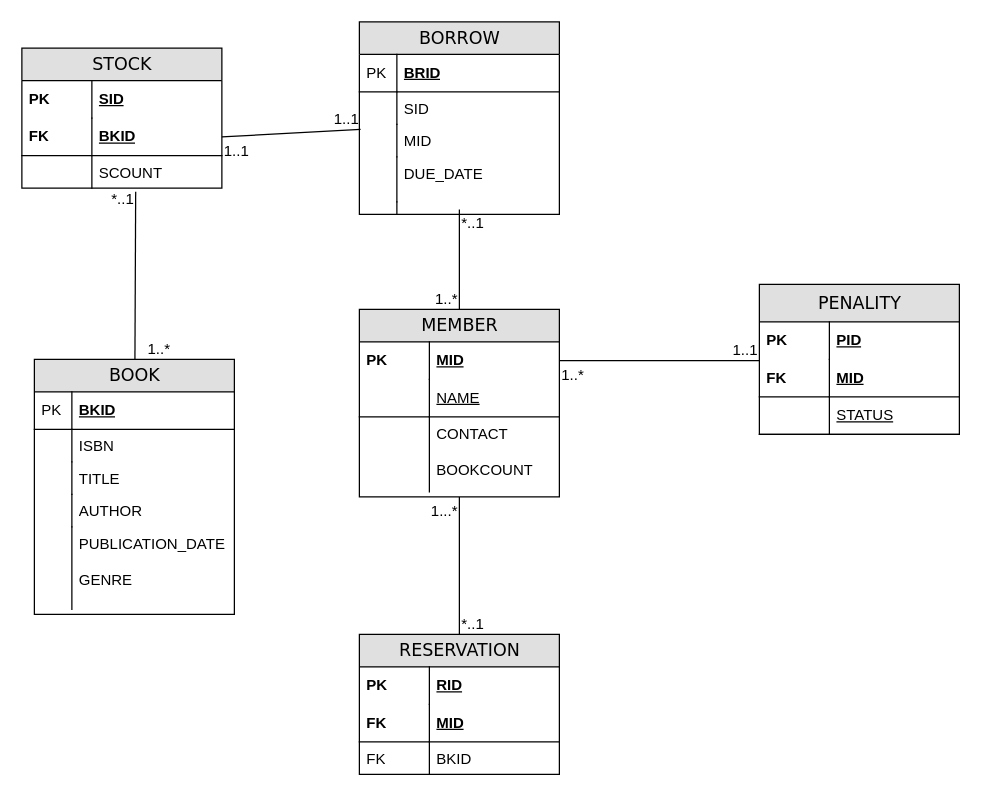
This is erdiagram.drawio from kaushik315/MScComputingDS, a draw.io file, before an edit. Source tidied: cells renumbered, new cells numbered last; positions are measured from the earlier drawing's top-left corner, leaving out a move shared by most shapes. Both pictures are drawn from the tidied source at 125%, with x=0, y=0 at pixel (21, 21).
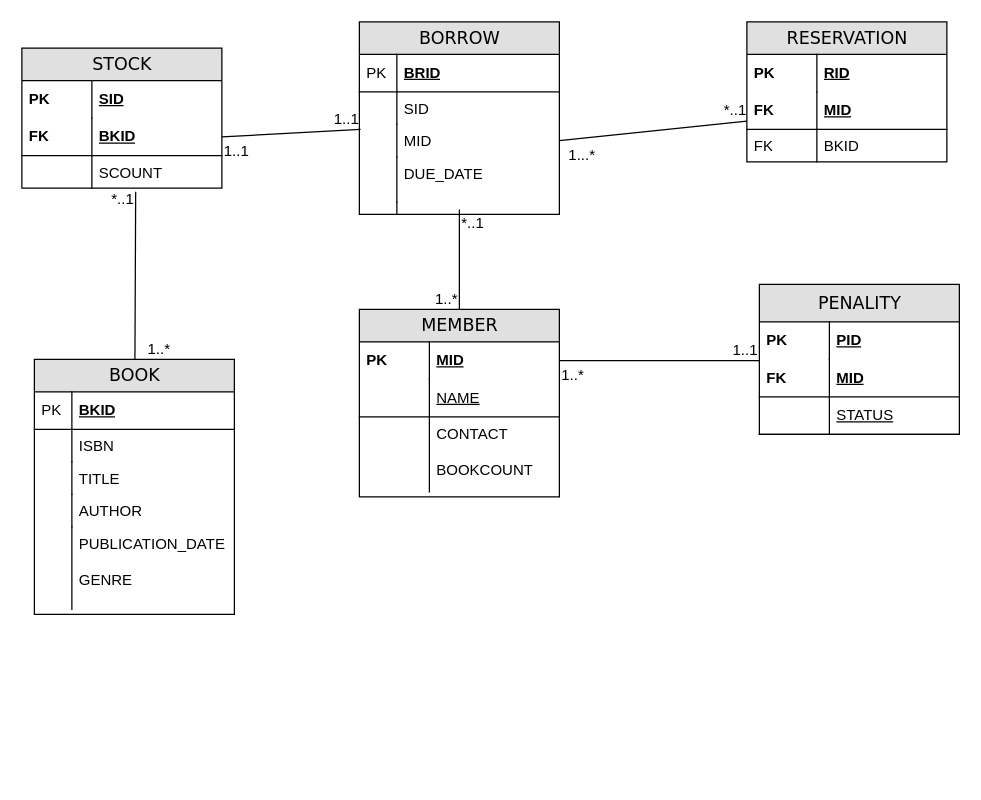
The same diagram, later.

Unchanged cells that the change refers to:
```xml
<mxCell id="9" value="MEMBER" style="swimlane;html=1;fontStyle=0;horizontal=1;startSize=26;fillColor=#e0e0e0;swimlaneFillColor=#ffffff;align=center;rounded=0;shadow=0;comic=0;labelBackgroundColor=none;strokeWidth=1;fontFamily=Verdana;fontSize=14;" parent="1" vertex="1">
  <mxGeometry x="270" y="230" width="160" height="150" as="geometry" />
</mxCell>
<mxCell id="39" value="MID" style="shape=partialRectangle;top=0;left=0;right=0;bottom=0;html=1;align=left;verticalAlign=top;fillColor=none;spacingLeft=34;spacingRight=4;whiteSpace=wrap;overflow=hidden;points=[[0,0.5],[1,0.5]];portConstraint=eastwest;" parent="34" vertex="1">
  <mxGeometry y="82" width="160" height="26" as="geometry" />
</mxCell>
<mxCell id="51" value="MID" style="shape=partialRectangle;top=0;left=0;right=0;bottom=1;html=1;align=left;verticalAlign=middle;fillColor=none;spacingLeft=60;spacingRight=4;whiteSpace=wrap;overflow=hidden;points=[[0,0.5],[1,0.5]];portConstraint=eastwest;fontStyle=5;" parent="48" vertex="1">
  <mxGeometry y="56" width="160" height="30" as="geometry" />
</mxCell>
```

Change to the diagram source:
```diff
@@
     <mxCell id="48" value="RESERVATION" style="swimlane;html=1;fontStyle=0;horizontal=1;startSize=26;fillColor=#e0e0e0;swimlaneFillColor=#ffffff;align=center;rounded=0;shadow=0;comic=0;labelBackgroundColor=none;strokeWidth=1;fontFamily=Verdana;fontSize=14;" parent="1" vertex="1">
-      <mxGeometry x="270" y="490" width="160" height="112" as="geometry" />
+      <mxGeometry x="580" width="160" height="112" as="geometry" />
     </mxCell>
@@
-    <mxCell id="61" style="endArrow=none;html=1;rounded=0;exitX=0.5;exitY=0;exitDx=0;exitDy=0;entryX=0.5;entryY=1;entryDx=0;entryDy=0;" parent="1" edge="1" source="48" target="9">
-      <mxGeometry relative="1" as="geometry" />
-    </mxCell>
-    <mxCell id="62" value="*..1" style="html=1;whiteSpace=wrap;align=left;verticalAlign=bottom;" parent="61" vertex="1">
-      <mxGeometry x="-1" relative="1" as="geometry" />
-    </mxCell>
-    <mxCell id="63" value="1...*" style="html=1;whiteSpace=wrap;align=right;verticalAlign=bottom;" parent="61" vertex="1">
-      <mxGeometry x="1" relative="1" as="geometry">
-        <mxPoint y="20" as="offset" />
-      </mxGeometry>
-    </mxCell>
@@
+    <mxCell id="67" style="endArrow=none;html=1;rounded=0;entryX=1;entryY=0.5;entryDx=0;entryDy=0;" parent="1" edge="1" source="51" target="39">
+      <mxGeometry relative="1" as="geometry" />
+    </mxCell>
+    <mxCell id="62" value="*..1" style="html=1;whiteSpace=wrap;align=left;verticalAlign=bottom;" parent="67" vertex="1">
+      <mxGeometry x="-1" relative="1" as="geometry">
+        <mxPoint x="-20" as="offset" />
+      </mxGeometry>
+    </mxCell>
+    <mxCell id="63" value="1...*" style="html=1;whiteSpace=wrap;align=right;verticalAlign=bottom;" parent="67" vertex="1">
+      <mxGeometry x="1" relative="1" as="geometry">
+        <mxPoint x="30" y="20" as="offset" />
+      </mxGeometry>
+    </mxCell>
```
